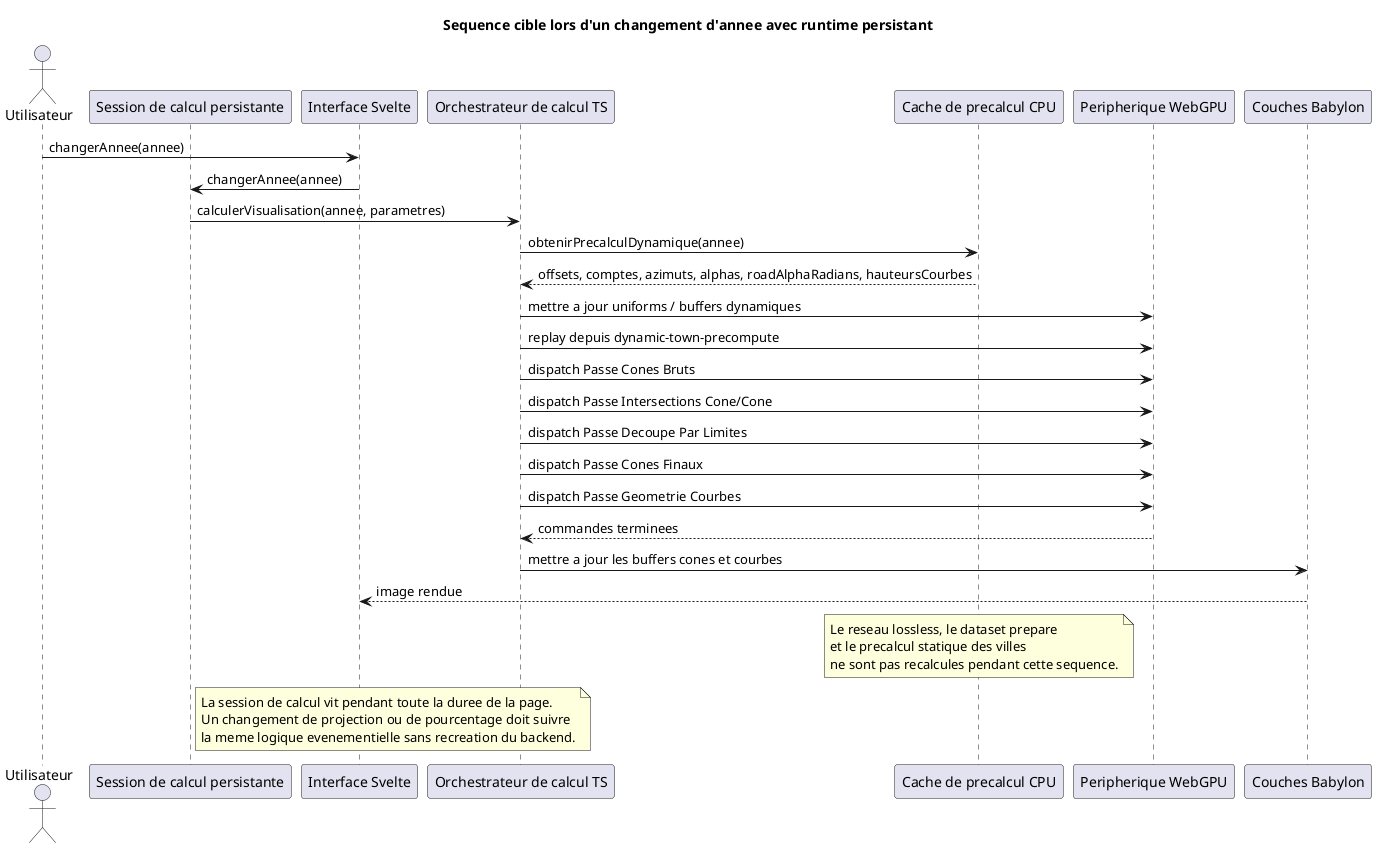
kaktus40/shriveling_world keeps this PlantUML diagram as docs/diagrams/precompute/06-change-year-sequence.png. Above is the earlier version.
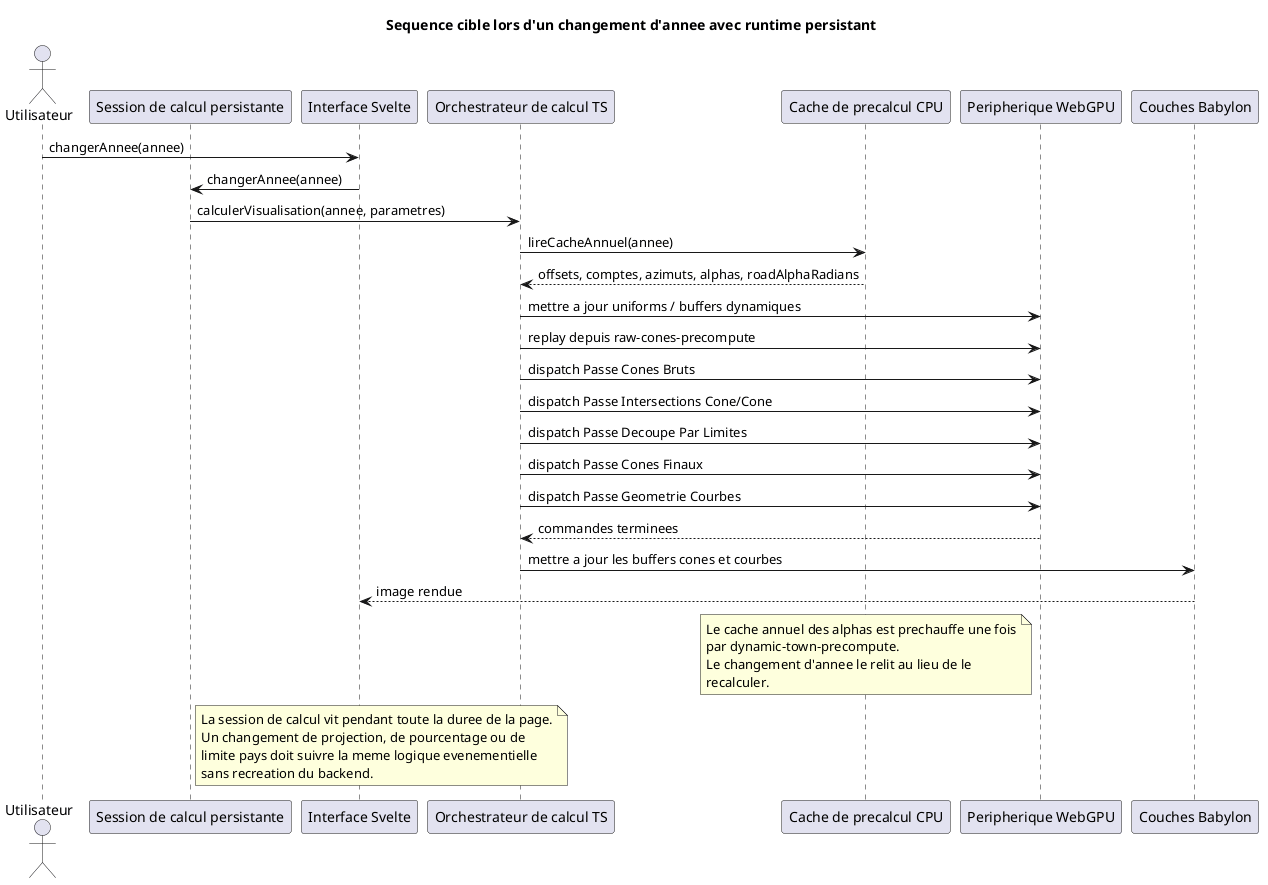
After the commit.

Commit message:
docs(m9): refine runtime replay matrix

Diff of the diagram source:
```diff
@@ -12,10 +12,10 @@
 Utilisateur -> UI : changerAnnee(annee)
 UI -> Session : changerAnnee(annee)
 Session -> TS : calculerVisualisation(annee, parametres)
-TS -> Cache : obtenirPrecalculDynamique(annee)
-Cache --> TS : offsets, comptes, azimuts, alphas, roadAlphaRadians, hauteursCourbes
+TS -> Cache : lireCacheAnnuel(annee)
+Cache --> TS : offsets, comptes, azimuts, alphas, roadAlphaRadians
 TS -> GPU : mettre a jour uniforms / buffers dynamiques
-TS -> GPU : replay depuis dynamic-town-precompute
+TS -> GPU : replay depuis raw-cones-precompute
 TS -> GPU : dispatch Passe Cones Bruts
 TS -> GPU : dispatch Passe Intersections Cone/Cone
 TS -> GPU : dispatch Passe Decoupe Par Limites
@@ -26,14 +26,16 @@
 Babylon --> UI : image rendue
 
 note over Cache
-  Le reseau lossless, le dataset prepare
-  et le precalcul statique des villes
-  ne sont pas recalcules pendant cette sequence.
+  Le cache annuel des alphas est prechauffe une fois
+  par dynamic-town-precompute.
+  Le changement d'annee le relit au lieu de le
+  recalculer.
 end note
 
 note right of Session
   La session de calcul vit pendant toute la duree de la page.
-  Un changement de projection ou de pourcentage doit suivre
-  la meme logique evenementielle sans recreation du backend.
+  Un changement de projection, de pourcentage ou de
+  limite pays doit suivre la meme logique evenementielle
+  sans recreation du backend.
 end note
 @enduml
```
